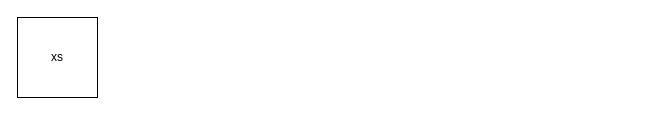
This is 流程图/未命名绘图.drawio from bitbw/my-gallery, a draw.io file, before an edit. Source tidied: cells renumbered, new cells numbered last; positions are measured from the earlier drawing's top-left corner, leaving out a move shared by most shapes. Both pictures are drawn from the tidied source at 100%, with x=0, y=0 at pixel (17, 17).
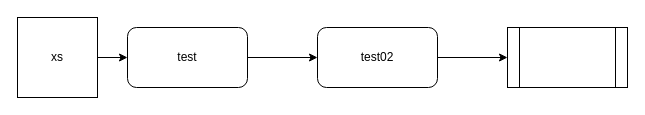
Above is the later version.

Commit message:
更新未命名绘图.drawio

Diff of the diagram source:
```diff
@@
 <mxGraphModel>
   <root>
     <mxCell id="0" />
     <mxCell id="1" parent="0" />
+    <mxCell id="3" style="edgeStyle=orthogonalEdgeStyle;rounded=0;jettySize=auto;html=1;" parent="1" edge="1" source="2" target="5">
+      <mxGeometry relative="1" as="geometry" />
+    </mxCell>
     <mxCell id="2" value="xs" style="whiteSpace=wrap;html=1;" parent="1" vertex="1">
       <mxGeometry width="80" height="80" as="geometry" />
     </mxCell>
+    <mxCell id="4" style="edgeStyle=orthogonalEdgeStyle;rounded=0;jettySize=auto;html=1;" parent="1" edge="1" source="5" target="7">
+      <mxGeometry relative="1" as="geometry" />
+    </mxCell>
+    <mxCell id="5" value="test" style="rounded=1;whiteSpace=wrap;html=1;" parent="1" vertex="1">
+      <mxGeometry x="110" y="10" width="120" height="60" as="geometry" />
+    </mxCell>
+    <mxCell id="6" style="edgeStyle=orthogonalEdgeStyle;rounded=0;jettySize=auto;html=1;" parent="1" edge="1" source="7" target="8">
+      <mxGeometry relative="1" as="geometry" />
+    </mxCell>
+    <mxCell id="7" value="test02" style="rounded=1;whiteSpace=wrap;html=1;" parent="1" vertex="1">
+      <mxGeometry x="300" y="10" width="120" height="60" as="geometry" />
+    </mxCell>
+    <mxCell id="8" style="shape=process;whiteSpace=wrap;html=1;backgroundOutline=1;" parent="1" vertex="1">
+      <mxGeometry x="490" y="10" width="120" height="60" as="geometry" />
+    </mxCell>
   </root>
 </mxGraphModel>
```
